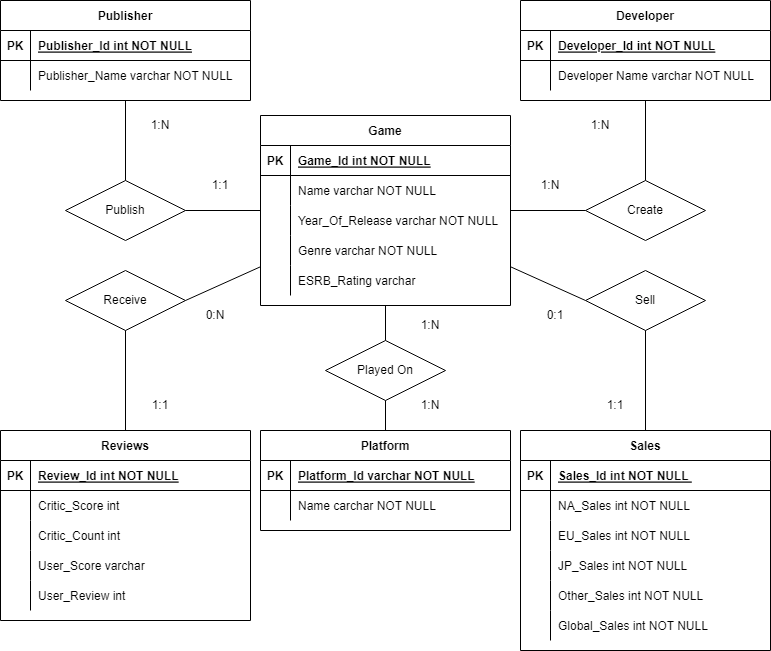
This is ER Diagram2.png from joshreed114/CSC325-Term_Project, a draw.io export, as it was before one commit. Source tidied: cells renumbered, new cells last; positions are measured from the earlier drawing's top-left corner, leaving out a move shared by most shapes.
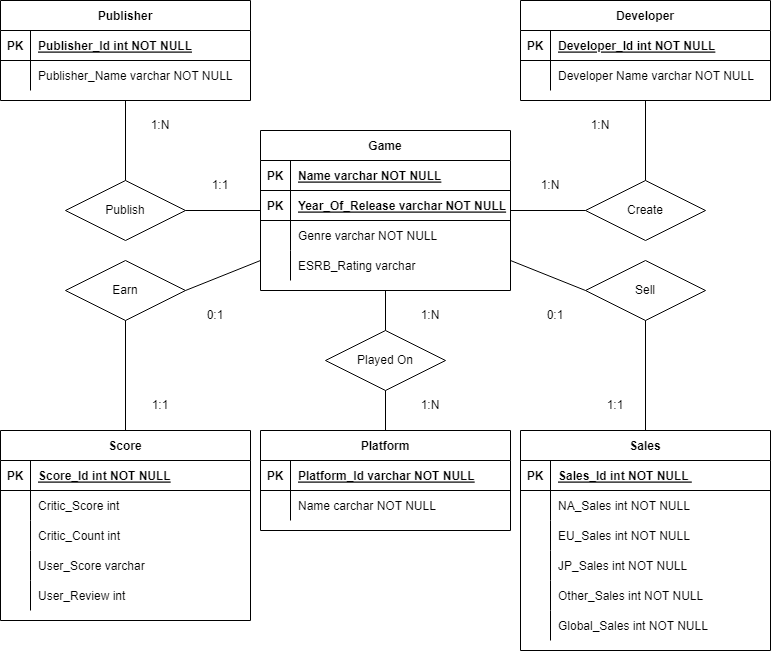
The same diagram one commit later.

Diff of the diagram source:
```diff
@@ -66,7 +66,7 @@
       <mxGeometry x="30" width="220" height="30" as="geometry" />
     </mxCell>
     <mxCell id="23" value="Game" style="shape=table;startSize=30;rowLines=0;fontStyle=1;align=center;" parent="1" vertex="1">
-      <mxGeometry x="260" y="115" width="250" height="190" as="geometry" />
+      <mxGeometry x="260" y="130" width="250" height="160" as="geometry" />
     </mxCell>
     <mxCell id="24" style="shape=partialRectangle;fillColor=none;top=0;left=0;right=0;bottom=1;" parent="23" vertex="1">
       <mxGeometry y="30" width="250" height="30" as="geometry" />
@@ -74,29 +74,20 @@
     <mxCell id="25" value="PK" style="shape=partialRectangle;overflow=hidden;fillColor=none;top=0;left=0;bottom=0;right=0;fontStyle=1;" parent="24" vertex="1">
       <mxGeometry width="30" height="30" as="geometry" />
     </mxCell>
-    <mxCell id="26" value="Game_Id int NOT NULL" style="shape=partialRectangle;overflow=hidden;fillColor=none;top=0;left=0;bottom=0;right=0;align=left;spacingLeft=6;fontStyle=5;" parent="24" vertex="1">
+    <mxCell id="26" value="Name varchar NOT NULL" style="shape=partialRectangle;overflow=hidden;fillColor=none;top=0;left=0;bottom=0;right=0;align=left;spacingLeft=6;fontStyle=5;" parent="24" vertex="1">
       <mxGeometry x="30" width="220" height="30" as="geometry" />
     </mxCell>
-    <mxCell id="27" style="shape=partialRectangle;fillColor=none;top=0;left=0;right=0;bottom=0;" parent="23" vertex="1">
-      <mxGeometry y="60" width="250" height="30" as="geometry" />
-    </mxCell>
-    <mxCell id="28" style="shape=partialRectangle;overflow=hidden;fillColor=none;top=0;left=0;bottom=0;right=0;" parent="27" vertex="1">
-      <mxGeometry width="30" height="30" as="geometry" />
-    </mxCell>
-    <mxCell id="29" value="Name varchar NOT NULL" style="shape=partialRectangle;overflow=hidden;fillColor=none;top=0;left=0;bottom=0;right=0;align=left;spacingLeft=6;" parent="27" vertex="1">
-      <mxGeometry x="30" width="220" height="30" as="geometry" />
-    </mxCell>
-    <mxCell id="30" style="shape=partialRectangle;fillColor=none;top=0;left=0;right=0;bottom=0;" parent="23" vertex="1">
-      <mxGeometry y="90" width="250" height="30" as="geometry" />
-    </mxCell>
-    <mxCell id="31" style="shape=partialRectangle;overflow=hidden;fillColor=none;top=0;left=0;bottom=0;right=0;" parent="30" vertex="1">
-      <mxGeometry width="30" height="30" as="geometry" />
-    </mxCell>
+    <mxCell id="99" style="shape=partialRectangle;fillColor=none;top=0;left=0;right=0;bottom=1;" parent="23" vertex="1">
+      <mxGeometry y="60" width="250" height="30" as="geometry" />
+    </mxCell>
+    <mxCell id="100" value="PK" style="shape=partialRectangle;overflow=hidden;fillColor=none;top=0;left=0;bottom=0;right=0;fontStyle=1;" parent="99" vertex="1">
+      <mxGeometry width="30" height="30" as="geometry" />
+    </mxCell>
-    <mxCell id="32" value="Year_Of_Release varchar NOT NULL" style="shape=partialRectangle;overflow=hidden;fillColor=none;top=0;left=0;bottom=0;right=0;align=left;spacingLeft=6;" parent="30" vertex="1">
+    <mxCell id="32" value="Year_Of_Release varchar NOT NULL" style="shape=partialRectangle;overflow=hidden;fillColor=none;top=0;left=0;bottom=0;right=0;align=left;spacingLeft=6;fontStyle=5;" parent="99" vertex="1">
       <mxGeometry x="30" width="220" height="30" as="geometry" />
     </mxCell>
     <mxCell id="33" style="shape=partialRectangle;fillColor=none;top=0;left=0;right=0;bottom=0;" parent="23" vertex="1">
-      <mxGeometry y="120" width="250" height="30" as="geometry" />
+      <mxGeometry y="90" width="250" height="30" as="geometry" />
     </mxCell>
     <mxCell id="34" style="shape=partialRectangle;overflow=hidden;fillColor=none;top=0;left=0;bottom=0;right=0;" parent="33" vertex="1">
       <mxGeometry width="30" height="30" as="geometry" />
@@ -105,7 +96,7 @@
       <mxGeometry x="30" width="220" height="30" as="geometry" />
     </mxCell>
     <mxCell id="36" style="shape=partialRectangle;fillColor=none;top=0;left=0;right=0;bottom=0;" parent="23" vertex="1">
-      <mxGeometry y="150" width="250" height="30" as="geometry" />
+      <mxGeometry y="120" width="250" height="30" as="geometry" />
     </mxCell>
     <mxCell id="37" style="shape=partialRectangle;overflow=hidden;fillColor=none;top=0;left=0;bottom=0;right=0;" parent="36" vertex="1">
       <mxGeometry width="30" height="30" as="geometry" />
@@ -170,7 +161,7 @@
     <mxCell id="57" value="Global_Sales int NOT NULL" style="shape=partialRectangle;overflow=hidden;fillColor=none;top=0;left=0;bottom=0;right=0;align=left;spacingLeft=6;" parent="55" vertex="1">
       <mxGeometry x="30" width="220" height="30" as="geometry" />
     </mxCell>
-    <mxCell id="58" value="Reviews" style="shape=table;startSize=30;rowLines=0;fontStyle=1;align=center;" parent="1" vertex="1">
+    <mxCell id="58" value="Score" style="shape=table;startSize=30;rowLines=0;fontStyle=1;align=center;" parent="1" vertex="1">
       <mxGeometry y="430" width="250" height="190" as="geometry" />
     </mxCell>
     <mxCell id="59" style="shape=partialRectangle;fillColor=none;top=0;left=0;right=0;bottom=1;" parent="58" vertex="1">
@@ -179,7 +170,7 @@
     <mxCell id="60" value="PK" style="shape=partialRectangle;overflow=hidden;fillColor=none;top=0;left=0;bottom=0;right=0;fontStyle=1;" parent="59" vertex="1">
       <mxGeometry width="30" height="30" as="geometry" />
     </mxCell>
-    <mxCell id="61" value="Review_Id int NOT NULL" style="shape=partialRectangle;overflow=hidden;fillColor=none;top=0;left=0;bottom=0;right=0;align=left;spacingLeft=6;fontStyle=5;" parent="59" vertex="1">
+    <mxCell id="61" value="Score_Id int NOT NULL" style="shape=partialRectangle;overflow=hidden;fillColor=none;top=0;left=0;bottom=0;right=0;align=left;spacingLeft=6;fontStyle=5;" parent="59" vertex="1">
       <mxGeometry x="30" width="220" height="30" as="geometry" />
     </mxCell>
     <mxCell id="62" style="shape=partialRectangle;fillColor=none;top=0;left=0;right=0;bottom=0;" parent="58" vertex="1">
@@ -236,14 +227,14 @@
     <mxCell id="79" style="endArrow=none;html=1;rounded=0;exitX=0.5;exitY=0;exitDx=0;exitDy=0;" parent="1" edge="1" source="77" target="9">
       <mxGeometry relative="1" as="geometry" />
     </mxCell>
-    <mxCell id="80" value="Receive" style="rhombus;whiteSpace=wrap;html=1;" parent="1" vertex="1">
-      <mxGeometry x="65" y="270" width="120" height="60" as="geometry" />
+    <mxCell id="80" value="Earn" style="rhombus;whiteSpace=wrap;html=1;" parent="1" vertex="1">
+      <mxGeometry x="65" y="260" width="120" height="60" as="geometry" />
     </mxCell>
     <mxCell id="81" value="Played On" style="rhombus;whiteSpace=wrap;html=1;" parent="1" vertex="1">
-      <mxGeometry x="325" y="340" width="120" height="60" as="geometry" />
+      <mxGeometry x="325" y="330" width="120" height="60" as="geometry" />
     </mxCell>
     <mxCell id="82" value="Sell" style="rhombus;whiteSpace=wrap;html=1;" parent="1" vertex="1">
-      <mxGeometry x="585" y="270" width="120" height="60" as="geometry" />
+      <mxGeometry x="585" y="260" width="120" height="60" as="geometry" />
     </mxCell>
     <mxCell id="83" style="endArrow=none;html=1;rounded=0;exitX=0.5;exitY=0;exitDx=0;exitDy=0;" parent="1" edge="1" source="81" target="23">
       <mxGeometry relative="1" as="geometry" />
@@ -275,7 +266,7 @@
     <mxCell id="92" value="1:N" style="text;html=1;strokeColor=none;fillColor=none;align=center;verticalAlign=middle;whiteSpace=wrap;rounded=0;" parent="1" vertex="1">
       <mxGeometry x="520" y="170" width="60" height="30" as="geometry" />
     </mxCell>
-    <mxCell id="93" value="0:N" style="text;html=1;strokeColor=none;fillColor=none;align=center;verticalAlign=middle;whiteSpace=wrap;rounded=0;" parent="1" vertex="1">
+    <mxCell id="93" value="0:1" style="text;html=1;strokeColor=none;fillColor=none;align=center;verticalAlign=middle;whiteSpace=wrap;rounded=0;" parent="1" vertex="1">
       <mxGeometry x="185" y="300" width="60" height="30" as="geometry" />
     </mxCell>
     <mxCell id="94" value="0:1" style="text;html=1;strokeColor=none;fillColor=none;align=center;verticalAlign=middle;whiteSpace=wrap;rounded=0;" parent="1" vertex="1">
@@ -288,7 +279,7 @@
       <mxGeometry x="585" y="390" width="60" height="30" as="geometry" />
     </mxCell>
     <mxCell id="97" value="1:N" style="text;html=1;strokeColor=none;fillColor=none;align=center;verticalAlign=middle;whiteSpace=wrap;rounded=0;" parent="1" vertex="1">
-      <mxGeometry x="400" y="310" width="60" height="30" as="geometry" />
+      <mxGeometry x="400" y="300" width="60" height="30" as="geometry" />
     </mxCell>
     <mxCell id="98" value="1:N" style="text;html=1;strokeColor=none;fillColor=none;align=center;verticalAlign=middle;whiteSpace=wrap;rounded=0;" parent="1" vertex="1">
       <mxGeometry x="400" y="390" width="60" height="30" as="geometry" />
```
